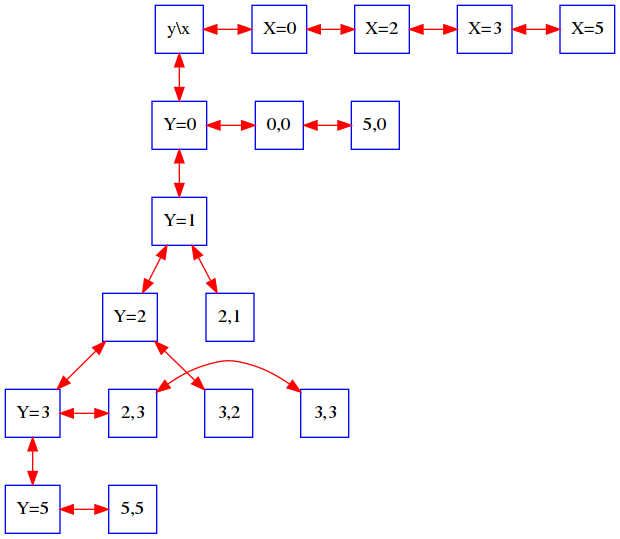
Earlier version of the Graphviz export matriz.png (martinfdev/EDD-Matriz-Dinamica). Its source is kept beside it as matriz.dot.
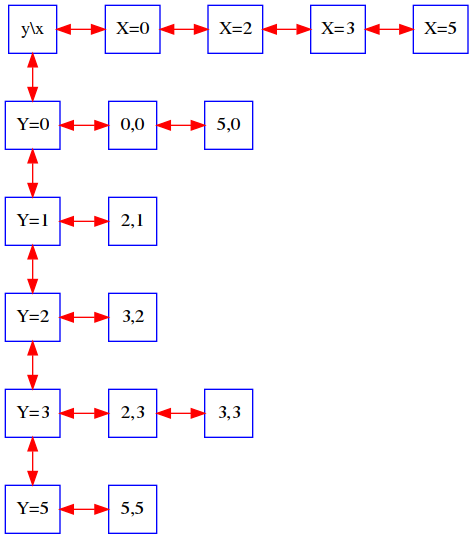
Later version of the same file.

What changed in the source:
```diff
@@ -42,8 +42,10 @@
 nodev23 -> nodev33 [constraint=false, dir=both];
 nodeY5 -> nodev55 [dir=both];
 
-{ rank=same; nodeXY; nodeX0; nodeX2; nodeX3; nodeX5; }
+{rank=same; nodeXY; nodeX0; nodeX2; nodeX3; nodeX5; }
 {rank=same; nodeY0; nodev00; nodev50; }
+{rank=same; nodeY1; nodev21; }
+{rank=same; nodeY2; nodev32; }
 {rank=same; nodeY3; nodev23; nodev33; }
 {rank=same; nodeY5; nodev55; }
 
```
